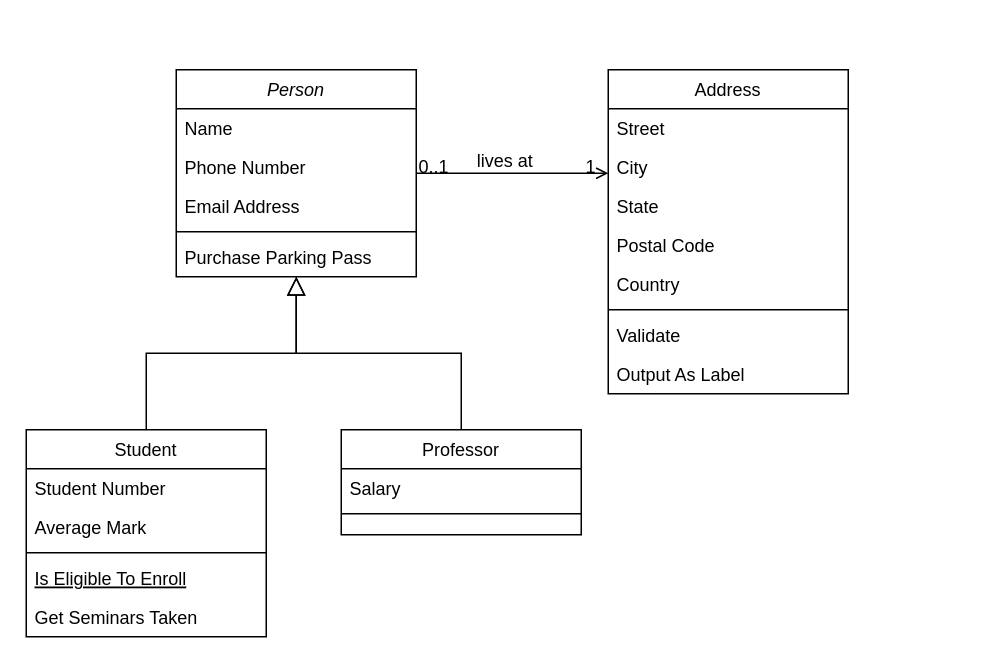
Above: Untitled Diagram.drawio in Selectedco2/Inventory2 (draw.io), before the change. Source tidied: cells renumbered, new cells numbered last; positions are measured from the earlier drawing's top-left corner, leaving out a move shared by most shapes. Both pictures are drawn from the tidied source at 150%, with x=0, y=0 at pixel (26, 69).
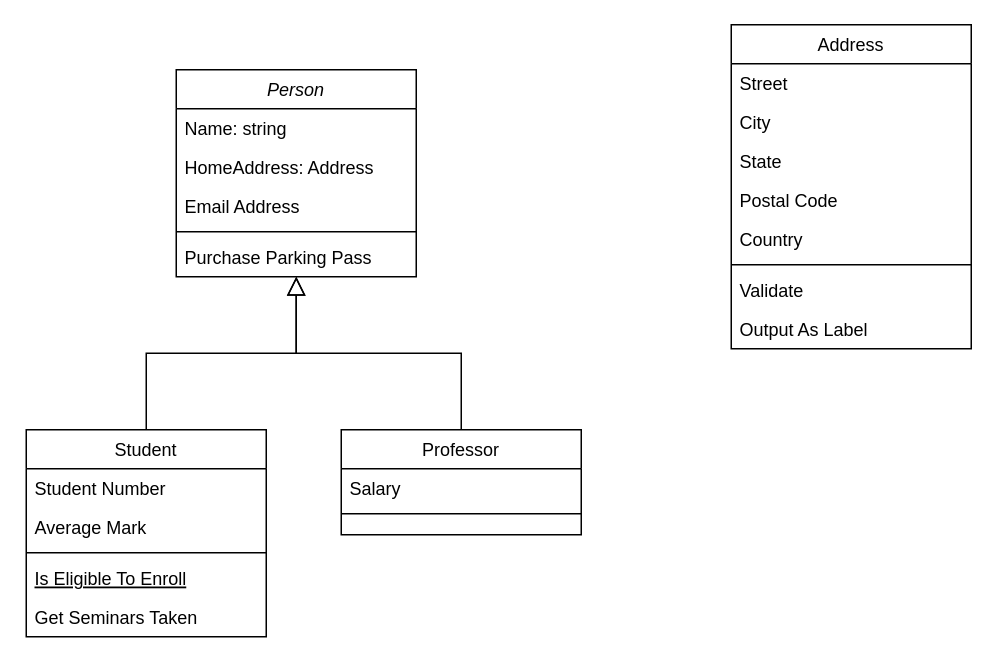
After the change.

The change refers to these unchanged cells:
```xml
<mxCell id="2" value="Person" style="swimlane;fontStyle=2;align=center;verticalAlign=top;horizontal=1;startSize=26;rounded=0;shadow=0;strokeWidth=1;" parent="1" vertex="1">
  <mxGeometry x="100" width="160" height="138" as="geometry" />
</mxCell>
```

What changed in the source:
```diff
@@
-    <mxCell id="3" value="Name" style="text;align=left;verticalAlign=top;spacingLeft=4;spacingRight=4;overflow=hidden;" parent="2" vertex="1">
+    <mxCell id="3" value="Name: string" style="text;align=left;verticalAlign=top;spacingLeft=4;spacingRight=4;overflow=hidden;" parent="2" vertex="1">
       <mxGeometry y="26" width="160" height="26" as="geometry" />
     </mxCell>
-    <mxCell id="4" value="Phone Number" style="text;align=left;verticalAlign=top;spacingLeft=4;spacingRight=4;overflow=hidden;rounded=0;shadow=0;html=0;" parent="2" vertex="1">
+    <mxCell id="4" value="HomeAddress: Address" style="text;align=left;verticalAlign=top;spacingLeft=4;spacingRight=4;overflow=hidden;rounded=0;shadow=0;html=0;" parent="2" vertex="1">
       <mxGeometry y="52" width="160" height="26" as="geometry" />
     </mxCell>
@@
     <mxCell id="19" value="Address" style="swimlane;fontStyle=0;align=center;verticalAlign=top;horizontal=1;startSize=26;rounded=0;shadow=0;strokeWidth=1;" parent="1" vertex="1">
-      <mxGeometry x="388" width="160" height="216" as="geometry" />
+      <mxGeometry x="470" y="-30" width="160" height="216" as="geometry" />
     </mxCell>
@@
-    <mxCell id="28" style="endArrow=open;shadow=0;strokeWidth=1;rounded=0;curved=0;endFill=1;edgeStyle=elbowEdgeStyle;elbow=vertical;" parent="1" edge="1" source="2" target="19">
-      <mxGeometry x="0.5" y="41" relative="1" as="geometry">
-        <mxPoint x="-40" y="32" as="offset" />
-      </mxGeometry>
-    </mxCell>
-    <mxCell id="29" value="0..1" style="align=left;verticalAlign=bottom;labelBackgroundColor=none;fontSize=12;" parent="28" vertex="1">
-      <mxGeometry x="-1" relative="1" as="geometry">
-        <mxPoint y="4" as="offset" />
-      </mxGeometry>
-    </mxCell>
-    <mxCell id="30" value="1" style="align=right;verticalAlign=bottom;labelBackgroundColor=none;fontSize=12;" parent="28" vertex="1">
-      <mxGeometry x="1" relative="1" as="geometry">
-        <mxPoint x="-7" y="4" as="offset" />
-      </mxGeometry>
-    </mxCell>
-    <mxCell id="31" value="lives at" style="text;html=1;align=center;verticalAlign=middle;labelBackgroundColor=none;rounded=0;shadow=0;strokeWidth=1;fontSize=12;" parent="28" vertex="1">
-      <mxGeometry x="0.5" y="49" relative="1" as="geometry">
-        <mxPoint x="-38" y="40" as="offset" />
-      </mxGeometry>
-    </mxCell>
```
